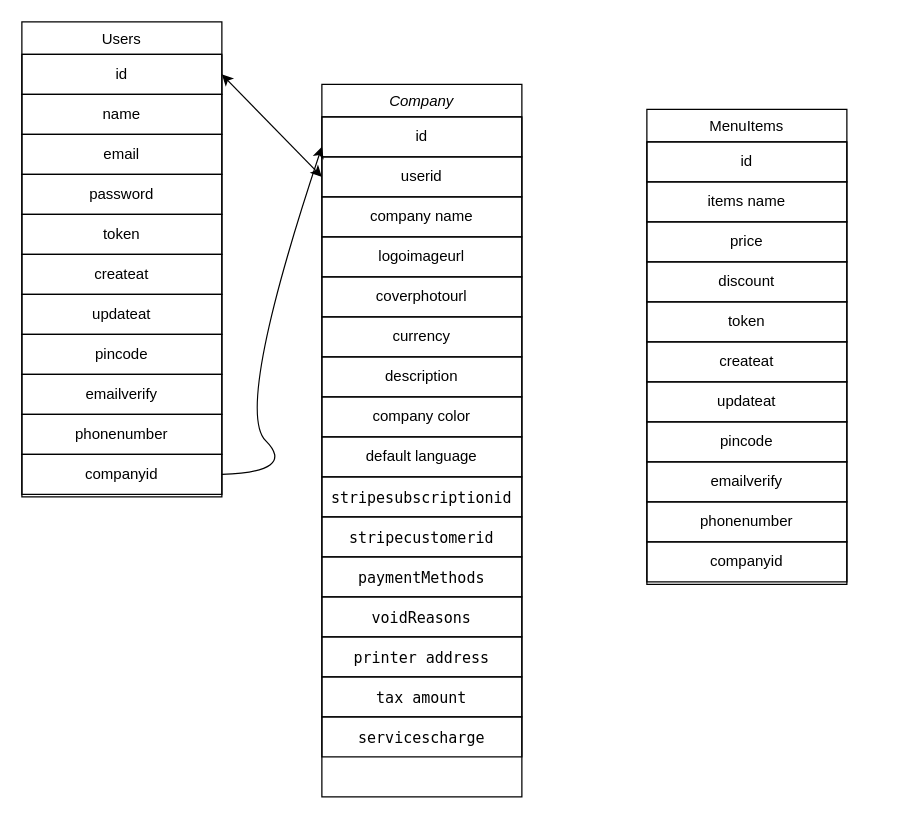
The draw.io diagram Untitled Diagram.drawio in HyatMyat4/GreenAppleDbSchema, before the edit. Source tidied: cells renumbered, new cells numbered last; positions are measured from the earlier drawing's top-left corner, leaving out a move shared by most shapes. Both pictures are drawn from the tidied source at 125%, with x=0, y=0 at pixel (21, 21).
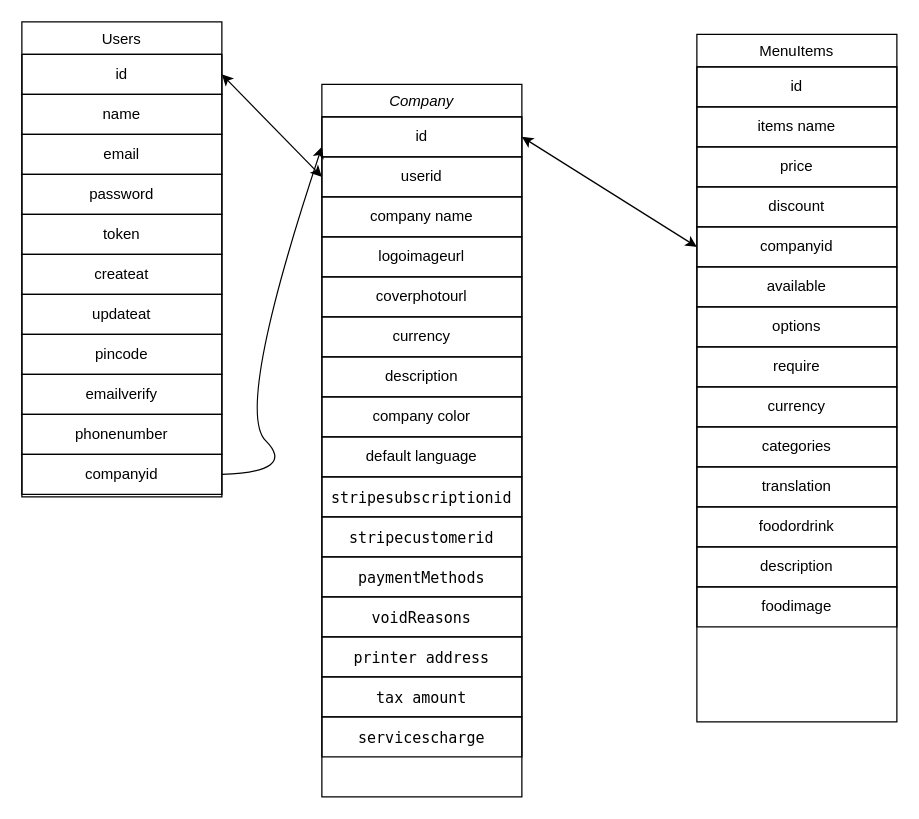
The same diagram, later.

The change refers to these unchanged cells:
```xml
<mxCell id="3" value="id" style="rounded=0;whiteSpace=wrap;html=1;gradientColor=none;fillColor=none;" parent="2" vertex="1">
  <mxGeometry y="26" width="160" height="32" as="geometry" />
</mxCell>
```

Diff of the diagram source:
```diff
@@
     <mxCell id="33" value="MenuItems" style="swimlane;fontStyle=0;align=center;verticalAlign=top;horizontal=1;startSize=26;rounded=0;shadow=0;strokeWidth=1;fillColor=none;" parent="1" vertex="1">
-      <mxGeometry x="500" y="70" width="160" height="380" as="geometry" />
+      <mxGeometry x="540" y="10" width="160" height="550" as="geometry" />
     </mxCell>
@@
+    <mxCell id="44" value="companyid" style="rounded=0;whiteSpace=wrap;html=1;gradientColor=none;fillColor=none;" parent="33" vertex="1">
+      <mxGeometry y="154" width="160" height="32" as="geometry" />
+    </mxCell>
-    <mxCell id="38" value="token&lt;br&gt;" style="rounded=0;whiteSpace=wrap;html=1;gradientColor=none;fillColor=none;" parent="33" vertex="1">
-      <mxGeometry y="154" width="160" height="32" as="geometry" />
+    <mxCell id="38" value="available" style="rounded=0;whiteSpace=wrap;html=1;gradientColor=none;fillColor=none;" parent="33" vertex="1">
+      <mxGeometry y="186" width="160" height="32" as="geometry" />
     </mxCell>
-    <mxCell id="39" value="createat" style="rounded=0;whiteSpace=wrap;html=1;gradientColor=none;fillColor=none;" parent="33" vertex="1">
-      <mxGeometry y="186" width="160" height="32" as="geometry" />
+    <mxCell id="39" value="options" style="rounded=0;whiteSpace=wrap;html=1;gradientColor=none;fillColor=none;" parent="33" vertex="1">
+      <mxGeometry y="218" width="160" height="32" as="geometry" />
     </mxCell>
-    <mxCell id="40" value="updateat" style="rounded=0;whiteSpace=wrap;html=1;gradientColor=none;fillColor=none;" parent="33" vertex="1">
-      <mxGeometry y="218" width="160" height="32" as="geometry" />
+    <mxCell id="40" value="require" style="rounded=0;whiteSpace=wrap;html=1;gradientColor=none;fillColor=none;" parent="33" vertex="1">
+      <mxGeometry y="250" width="160" height="32" as="geometry" />
     </mxCell>
-    <mxCell id="41" value="pincode" style="rounded=0;whiteSpace=wrap;html=1;gradientColor=none;fillColor=none;" parent="33" vertex="1">
-      <mxGeometry y="250" width="160" height="32" as="geometry" />
+    <mxCell id="41" value="currency" style="rounded=0;whiteSpace=wrap;html=1;gradientColor=none;fillColor=none;" parent="33" vertex="1">
+      <mxGeometry y="282" width="160" height="32" as="geometry" />
     </mxCell>
-    <mxCell id="42" value="emailverify" style="rounded=0;whiteSpace=wrap;html=1;gradientColor=none;fillColor=none;" parent="33" vertex="1">
-      <mxGeometry y="282" width="160" height="32" as="geometry" />
+    <mxCell id="42" value="categories" style="rounded=0;whiteSpace=wrap;html=1;gradientColor=none;fillColor=none;" parent="33" vertex="1">
+      <mxGeometry y="314" width="160" height="32" as="geometry" />
     </mxCell>
-    <mxCell id="43" value="phonenumber" style="rounded=0;whiteSpace=wrap;html=1;gradientColor=none;fillColor=none;" parent="33" vertex="1">
-      <mxGeometry y="314" width="160" height="32" as="geometry" />
+    <mxCell id="43" value="translation" style="rounded=0;whiteSpace=wrap;html=1;gradientColor=none;fillColor=none;" parent="33" vertex="1">
+      <mxGeometry y="346" width="160" height="32" as="geometry" />
     </mxCell>
-    <mxCell id="44" value="companyid" style="rounded=0;whiteSpace=wrap;html=1;gradientColor=none;fillColor=none;" parent="33" vertex="1">
-      <mxGeometry y="346" width="160" height="32" as="geometry" />
-    </mxCell>
+    <mxCell id="45" value="foodordrink" style="rounded=0;whiteSpace=wrap;html=1;gradientColor=none;fillColor=none;" parent="33" vertex="1">
+      <mxGeometry y="378" width="160" height="32" as="geometry" />
+    </mxCell>
+    <mxCell id="46" value="description" style="rounded=0;whiteSpace=wrap;html=1;gradientColor=none;fillColor=none;" parent="33" vertex="1">
+      <mxGeometry y="410" width="160" height="32" as="geometry" />
+    </mxCell>
+    <mxCell id="47" value="foodimage" style="rounded=0;whiteSpace=wrap;html=1;gradientColor=none;fillColor=none;" parent="33" vertex="1">
+      <mxGeometry y="442" width="160" height="32" as="geometry" />
+    </mxCell>
+    <mxCell id="48" style="endArrow=classic;startArrow=classic;html=1;rounded=0;exitX=0;exitY=0.5;exitDx=0;exitDy=0;entryX=1;entryY=0.5;entryDx=0;entryDy=0;" parent="1" edge="1" source="44" target="3">
+      <mxGeometry relative="1" as="geometry" />
+    </mxCell>
```
